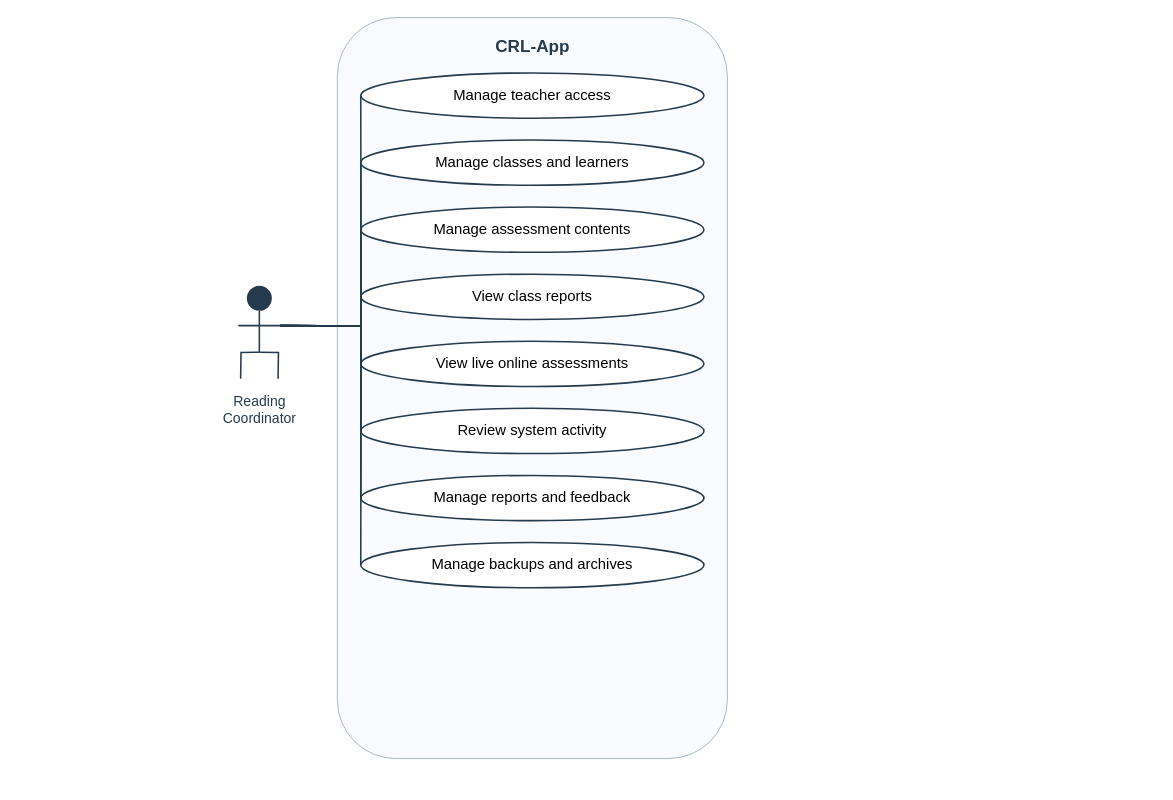
Above: docs/diagrams/class-workspaces/figure-07-admin-use-cases.drawio in AkuSayangKamuJudaSayang/crl-app (draw.io), before the change. Source tidied: cells renumbered, new cells numbered last; positions are measured from the earlier drawing's top-left corner, leaving out a move shared by most shapes. Both pictures are drawn from the tidied source at 78%, with x=0, y=0 at pixel (25, 17).
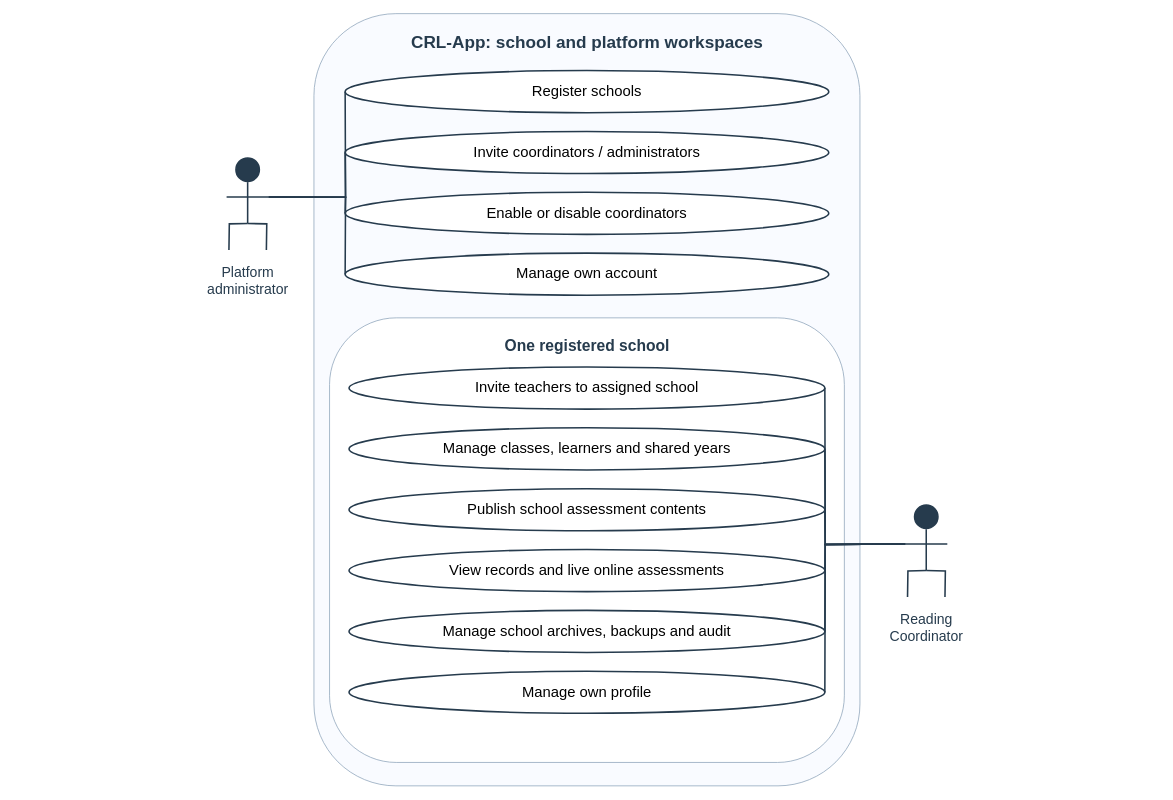
The same diagram, later.

The edit, as a diff of the source:
```diff
@@
     <mxCell id="2" style="rounded=1;fillColor=#f9fbff;strokeColor=#8fa5bb;" parent="1" vertex="1">
-      <mxGeometry x="400" width="500" height="950" as="geometry" />
+      <mxGeometry x="370" y="-5" width="700" height="990" as="geometry" />
     </mxCell>
-    <mxCell id="3" value="CRL-App" style="text;html=1;align=center;verticalAlign=top;fontSize=22;fontColor=#263b4d;fontStyle=1;strokeColor=none;fillColor=none;" parent="1" vertex="1">
-      <mxGeometry x="350" y="18" width="600" height="26.4" as="geometry" />
+    <mxCell id="3" value="CRL-App: school and platform workspaces" style="text;html=1;align=center;verticalAlign=top;fontSize=22;fontColor=#263b4d;fontStyle=1;strokeColor=none;fillColor=none;" parent="1" vertex="1">
+      <mxGeometry x="420" y="13" width="600" height="26.4" as="geometry" />
     </mxCell>
-    <mxCell id="4" value="Manage teacher access" style="rounded=1;whiteSpace=wrap;html=1;fillColor=#ffffff;strokeColor=#263b4d;strokeWidth=2;fontSize=19;shape=ellipse;" parent="1" vertex="1">
-      <mxGeometry x="430" y="71" width="440" height="58" as="geometry" />
-    </mxCell>
-    <mxCell id="5" value="Manage classes and learners" style="rounded=1;whiteSpace=wrap;html=1;fillColor=#ffffff;strokeColor=#263b4d;strokeWidth=2;fontSize=19;shape=ellipse;" parent="1" vertex="1">
-      <mxGeometry x="430" y="157" width="440" height="58" as="geometry" />
-    </mxCell>
-    <mxCell id="6" value="Manage assessment contents" style="rounded=1;whiteSpace=wrap;html=1;fillColor=#ffffff;strokeColor=#263b4d;strokeWidth=2;fontSize=19;shape=ellipse;" parent="1" vertex="1">
-      <mxGeometry x="430" y="243" width="440" height="58" as="geometry" />
-    </mxCell>
-    <mxCell id="7" value="View class reports" style="rounded=1;whiteSpace=wrap;html=1;fillColor=#ffffff;strokeColor=#263b4d;strokeWidth=2;fontSize=19;shape=ellipse;" parent="1" vertex="1">
-      <mxGeometry x="430" y="329" width="440" height="58" as="geometry" />
-    </mxCell>
-    <mxCell id="8" value="View live online assessments" style="rounded=1;whiteSpace=wrap;html=1;fillColor=#ffffff;strokeColor=#263b4d;strokeWidth=2;fontSize=19;shape=ellipse;" parent="1" vertex="1">
-      <mxGeometry x="430" y="415" width="440" height="58" as="geometry" />
-    </mxCell>
-    <mxCell id="9" value="Review system activity" style="rounded=1;whiteSpace=wrap;html=1;fillColor=#ffffff;strokeColor=#263b4d;strokeWidth=2;fontSize=19;shape=ellipse;" parent="1" vertex="1">
-      <mxGeometry x="430" y="501" width="440" height="58" as="geometry" />
-    </mxCell>
-    <mxCell id="10" value="Manage reports and feedback" style="rounded=1;whiteSpace=wrap;html=1;fillColor=#ffffff;strokeColor=#263b4d;strokeWidth=2;fontSize=19;shape=ellipse;" parent="1" vertex="1">
-      <mxGeometry x="430" y="587" width="440" height="58" as="geometry" />
-    </mxCell>
-    <mxCell id="11" value="Manage backups and archives" style="rounded=1;whiteSpace=wrap;html=1;fillColor=#ffffff;strokeColor=#263b4d;strokeWidth=2;fontSize=19;shape=ellipse;" parent="1" vertex="1">
-      <mxGeometry x="430" y="673" width="440" height="58" as="geometry" />
-    </mxCell>
-    <mxCell id="12" style="rounded=1;whiteSpace=wrap;html=1;fillColor=#ffffff;strokeColor=#263b4d;strokeWidth=2;fontSize=19;shape=ellipse;fillColor=#263b4d;" parent="1" vertex="1">
-      <mxGeometry x="285" y="345" width="30" height="30" as="geometry" />
-    </mxCell>
+    <mxCell id="26" style="rounded=1;whiteSpace=wrap;html=1;fillColor=#ffffff;strokeColor=#263b4d;strokeWidth=2;fontSize=19;shape=ellipse;fillColor=#263b4d;" parent="1" vertex="1">
+      <mxGeometry x="270" y="180" width="30" height="30" as="geometry" />
+    </mxCell>
+    <mxCell id="27" value="Platform&lt;br&gt;administrator" style="text;html=1;align=center;verticalAlign=top;fontSize=18;fontColor=#263b4d;fontStyle=0;strokeColor=none;fillColor=none;" parent="1" vertex="1">
+      <mxGeometry x="-15" y="310" width="600" height="43.2" as="geometry" />
+    </mxCell>
+    <mxCell id="28" value="Register schools" style="rounded=1;whiteSpace=wrap;html=1;fillColor=#ffffff;strokeColor=#263b4d;strokeWidth=2;fontSize=19;shape=ellipse;" parent="1" vertex="1">
+      <mxGeometry x="410" y="68" width="620" height="54" as="geometry" />
+    </mxCell>
+    <mxCell id="29" value="Invite coordinators / administrators" style="rounded=1;whiteSpace=wrap;html=1;fillColor=#ffffff;strokeColor=#263b4d;strokeWidth=2;fontSize=19;shape=ellipse;" parent="1" vertex="1">
+      <mxGeometry x="410" y="146" width="620" height="54" as="geometry" />
+    </mxCell>
+    <mxCell id="30" value="Enable or disable coordinators" style="rounded=1;whiteSpace=wrap;html=1;fillColor=#ffffff;strokeColor=#263b4d;strokeWidth=2;fontSize=19;shape=ellipse;" parent="1" vertex="1">
+      <mxGeometry x="410" y="224" width="620" height="54" as="geometry" />
+    </mxCell>
+    <mxCell id="31" value="Manage own account" style="rounded=1;whiteSpace=wrap;html=1;fillColor=#ffffff;strokeColor=#263b4d;strokeWidth=2;fontSize=19;shape=ellipse;" parent="1" vertex="1">
+      <mxGeometry x="410" y="302" width="620" height="54" as="geometry" />
+    </mxCell>
+    <mxCell id="32" style="rounded=1;fillColor=#ffffff;strokeColor=#8fa5bb;" parent="1" vertex="1">
+      <mxGeometry x="390" y="385" width="660" height="570" as="geometry" />
+    </mxCell>
+    <mxCell id="33" value="One registered school" style="text;html=1;align=center;verticalAlign=top;fontSize=20;fontColor=#263b4d;fontStyle=1;strokeColor=none;fillColor=none;" parent="1" vertex="1">
+      <mxGeometry x="420" y="402" width="600" height="24" as="geometry" />
+    </mxCell>
+    <mxCell id="34" style="rounded=1;whiteSpace=wrap;html=1;fillColor=#ffffff;strokeColor=#263b4d;strokeWidth=2;fontSize=19;shape=ellipse;fillColor=#263b4d;" parent="1" vertex="1">
+      <mxGeometry x="1140" y="625" width="30" height="30" as="geometry" />
+    </mxCell>
     <mxCell id="13" value="Reading&lt;br&gt;Coordinator" style="text;html=1;align=center;verticalAlign=top;fontSize=18;fontColor=#263b4d;fontStyle=0;strokeColor=none;fillColor=none;" parent="1" vertex="1">
-      <mxGeometry y="475" width="600" height="43.2" as="geometry" />
+      <mxGeometry x="855" y="755" width="600" height="43.2" as="geometry" />
     </mxCell>
+    <mxCell id="35" value="Invite teachers to assigned school" style="rounded=1;whiteSpace=wrap;html=1;fillColor=#ffffff;strokeColor=#263b4d;strokeWidth=2;fontSize=19;shape=ellipse;" parent="1" vertex="1">
+      <mxGeometry x="415" y="448" width="610" height="54" as="geometry" />
+    </mxCell>
+    <mxCell id="36" value="Manage classes, learners and shared years" style="rounded=1;whiteSpace=wrap;html=1;fillColor=#ffffff;strokeColor=#263b4d;strokeWidth=2;fontSize=19;shape=ellipse;" parent="1" vertex="1">
+      <mxGeometry x="415" y="526" width="610" height="54" as="geometry" />
+    </mxCell>
+    <mxCell id="37" value="Publish school assessment contents" style="rounded=1;whiteSpace=wrap;html=1;fillColor=#ffffff;strokeColor=#263b4d;strokeWidth=2;fontSize=19;shape=ellipse;" parent="1" vertex="1">
+      <mxGeometry x="415" y="604" width="610" height="54" as="geometry" />
+    </mxCell>
+    <mxCell id="38" value="View records and live online assessments" style="rounded=1;whiteSpace=wrap;html=1;fillColor=#ffffff;strokeColor=#263b4d;strokeWidth=2;fontSize=19;shape=ellipse;" parent="1" vertex="1">
+      <mxGeometry x="415" y="682" width="610" height="54" as="geometry" />
+    </mxCell>
+    <mxCell id="39" value="Manage school archives, backups and audit" style="rounded=1;whiteSpace=wrap;html=1;fillColor=#ffffff;strokeColor=#263b4d;strokeWidth=2;fontSize=19;shape=ellipse;" parent="1" vertex="1">
+      <mxGeometry x="415" y="760" width="610" height="54" as="geometry" />
+    </mxCell>
+    <mxCell id="40" value="Manage own profile" style="rounded=1;whiteSpace=wrap;html=1;fillColor=#ffffff;strokeColor=#263b4d;strokeWidth=2;fontSize=19;shape=ellipse;" parent="1" vertex="1">
+      <mxGeometry x="415" y="838" width="610" height="54" as="geometry" />
+    </mxCell>
     <mxCell id="14" style="edgeStyle=orthogonalEdgeStyle;rounded=0;html=1;endArrow=none;strokeColor=#263b4d;strokeWidth=2;exitX=0.5;exitY=0.5;entryX=0.5;entryY=0.5;fontSize=18;labelBackgroundColor=#ffffff;" parent="1" edge="1">
       <mxGeometry relative="1" as="geometry">
-        <mxPoint x="300" y="376" as="sourcePoint" />
-        <mxPoint x="300" y="429" as="targetPoint" />
+        <mxPoint x="285" y="211" as="sourcePoint" />
+        <mxPoint x="285" y="264" as="targetPoint" />
       </mxGeometry>
     </mxCell>
     <mxCell id="15" style="edgeStyle=orthogonalEdgeStyle;rounded=0;html=1;endArrow=none;strokeColor=#263b4d;strokeWidth=2;exitX=0.5;exitY=0.5;entryX=0.5;entryY=0.5;fontSize=18;labelBackgroundColor=#ffffff;" parent="1" edge="1">
       <mxGeometry relative="1" as="geometry">
-        <mxPoint x="273" y="395" as="sourcePoint" />
-        <mxPoint x="327" y="395" as="targetPoint" />
+        <mxPoint x="258" y="230" as="sourcePoint" />
+        <mxPoint x="312" y="230" as="targetPoint" />
       </mxGeometry>
     </mxCell>
     <mxCell id="16" style="edgeStyle=orthogonalEdgeStyle;rounded=0;html=1;endArrow=none;strokeColor=#263b4d;strokeWidth=2;exitX=0.5;exitY=0.5;entryX=0.5;entryY=0.5;fontSize=18;labelBackgroundColor=#ffffff;" parent="1" edge="1">
       <mxGeometry relative="1" as="geometry">
-        <mxPoint x="300" y="429" as="sourcePoint" />
-        <mxPoint x="276" y="463" as="targetPoint" />
+        <mxPoint x="285" y="264" as="sourcePoint" />
+        <mxPoint x="261" y="298" as="targetPoint" />
       </mxGeometry>
     </mxCell>
     <mxCell id="17" style="edgeStyle=orthogonalEdgeStyle;rounded=0;html=1;endArrow=none;strokeColor=#263b4d;strokeWidth=2;exitX=0.5;exitY=0.5;entryX=0.5;entryY=0.5;fontSize=18;labelBackgroundColor=#ffffff;" parent="1" edge="1">
       <mxGeometry relative="1" as="geometry">
-        <mxPoint x="300" y="429" as="sourcePoint" />
-        <mxPoint x="324" y="463" as="targetPoint" />
+        <mxPoint x="285" y="264" as="sourcePoint" />
+        <mxPoint x="309" y="298" as="targetPoint" />
       </mxGeometry>
     </mxCell>
     <mxCell id="18" style="edgeStyle=orthogonalEdgeStyle;rounded=0;html=1;endArrow=none;strokeColor=#263b4d;strokeWidth=2;exitX=0.5;exitY=0.5;entryX=0.5;entryY=0.5;fontSize=18;labelBackgroundColor=#ffffff;" parent="1" edge="1">
       <mxGeometry relative="1" as="geometry">
-        <mxPoint x="327" y="395" as="sourcePoint" />
-        <mxPoint x="430" y="100" as="targetPoint" />
+        <mxPoint x="312" y="230" as="sourcePoint" />
+        <mxPoint x="410" y="95" as="targetPoint" />
       </mxGeometry>
     </mxCell>
     <mxCell id="19" style="edgeStyle=orthogonalEdgeStyle;rounded=0;html=1;endArrow=none;strokeColor=#263b4d;strokeWidth=2;exitX=0.5;exitY=0.5;entryX=0.5;entryY=0.5;fontSize=18;labelBackgroundColor=#ffffff;" parent="1" edge="1">
       <mxGeometry relative="1" as="geometry">
-        <mxPoint x="327" y="395" as="sourcePoint" />
-        <mxPoint x="430" y="186" as="targetPoint" />
+        <mxPoint x="312" y="230" as="sourcePoint" />
+        <mxPoint x="410" y="173" as="targetPoint" />
       </mxGeometry>
     </mxCell>
     <mxCell id="20" style="edgeStyle=orthogonalEdgeStyle;rounded=0;html=1;endArrow=none;strokeColor=#263b4d;strokeWidth=2;exitX=0.5;exitY=0.5;entryX=0.5;entryY=0.5;fontSize=18;labelBackgroundColor=#ffffff;" parent="1" edge="1">
       <mxGeometry relative="1" as="geometry">
-        <mxPoint x="327" y="395" as="sourcePoint" />
-        <mxPoint x="430" y="272" as="targetPoint" />
+        <mxPoint x="312" y="230" as="sourcePoint" />
+        <mxPoint x="410" y="251" as="targetPoint" />
       </mxGeometry>
     </mxCell>
     <mxCell id="21" style="edgeStyle=orthogonalEdgeStyle;rounded=0;html=1;endArrow=none;strokeColor=#263b4d;strokeWidth=2;exitX=0.5;exitY=0.5;entryX=0.5;entryY=0.5;fontSize=18;labelBackgroundColor=#ffffff;" parent="1" edge="1">
       <mxGeometry relative="1" as="geometry">
-        <mxPoint x="327" y="395" as="sourcePoint" />
-        <mxPoint x="430" y="358" as="targetPoint" />
+        <mxPoint x="312" y="230" as="sourcePoint" />
+        <mxPoint x="410" y="329" as="targetPoint" />
       </mxGeometry>
     </mxCell>
     <mxCell id="22" style="edgeStyle=orthogonalEdgeStyle;rounded=0;html=1;endArrow=none;strokeColor=#263b4d;strokeWidth=2;exitX=0.5;exitY=0.5;entryX=0.5;entryY=0.5;fontSize=18;labelBackgroundColor=#ffffff;" parent="1" edge="1">
       <mxGeometry relative="1" as="geometry">
-        <mxPoint x="327" y="395" as="sourcePoint" />
-        <mxPoint x="430" y="444" as="targetPoint" />
+        <mxPoint x="1155" y="656" as="sourcePoint" />
+        <mxPoint x="1155" y="709" as="targetPoint" />
       </mxGeometry>
     </mxCell>
     <mxCell id="23" style="edgeStyle=orthogonalEdgeStyle;rounded=0;html=1;endArrow=none;strokeColor=#263b4d;strokeWidth=2;exitX=0.5;exitY=0.5;entryX=0.5;entryY=0.5;fontSize=18;labelBackgroundColor=#ffffff;" parent="1" edge="1">
       <mxGeometry relative="1" as="geometry">
-        <mxPoint x="327" y="395" as="sourcePoint" />
-        <mxPoint x="430" y="530" as="targetPoint" />
+        <mxPoint x="1128" y="675" as="sourcePoint" />
+        <mxPoint x="1182" y="675" as="targetPoint" />
       </mxGeometry>
     </mxCell>
     <mxCell id="24" style="edgeStyle=orthogonalEdgeStyle;rounded=0;html=1;endArrow=none;strokeColor=#263b4d;strokeWidth=2;exitX=0.5;exitY=0.5;entryX=0.5;entryY=0.5;fontSize=18;labelBackgroundColor=#ffffff;" parent="1" edge="1">
       <mxGeometry relative="1" as="geometry">
-        <mxPoint x="327" y="395" as="sourcePoint" />
-        <mxPoint x="430" y="616" as="targetPoint" />
+        <mxPoint x="1155" y="709" as="sourcePoint" />
+        <mxPoint x="1131" y="743" as="targetPoint" />
       </mxGeometry>
     </mxCell>
     <mxCell id="25" style="edgeStyle=orthogonalEdgeStyle;rounded=0;html=1;endArrow=none;strokeColor=#263b4d;strokeWidth=2;exitX=0.5;exitY=0.5;entryX=0.5;entryY=0.5;fontSize=18;labelBackgroundColor=#ffffff;" parent="1" edge="1">
       <mxGeometry relative="1" as="geometry">
-        <mxPoint x="327" y="395" as="sourcePoint" />
-        <mxPoint x="430" y="702" as="targetPoint" />
+        <mxPoint x="1155" y="709" as="sourcePoint" />
+        <mxPoint x="1179" y="743" as="targetPoint" />
       </mxGeometry>
     </mxCell>
+    <mxCell id="41" style="edgeStyle=orthogonalEdgeStyle;rounded=0;html=1;endArrow=none;strokeColor=#263b4d;strokeWidth=2;exitX=0.5;exitY=0.5;entryX=0.5;entryY=0.5;fontSize=18;labelBackgroundColor=#ffffff;" parent="1" edge="1">
+      <mxGeometry relative="1" as="geometry">
+        <mxPoint x="1128" y="675" as="sourcePoint" />
+        <mxPoint x="1025" y="475" as="targetPoint" />
+      </mxGeometry>
+    </mxCell>
+    <mxCell id="42" style="edgeStyle=orthogonalEdgeStyle;rounded=0;html=1;endArrow=none;strokeColor=#263b4d;strokeWidth=2;exitX=0.5;exitY=0.5;entryX=0.5;entryY=0.5;fontSize=18;labelBackgroundColor=#ffffff;" parent="1" edge="1">
+      <mxGeometry relative="1" as="geometry">
+        <mxPoint x="1128" y="675" as="sourcePoint" />
+        <mxPoint x="1025" y="553" as="targetPoint" />
+      </mxGeometry>
+    </mxCell>
+    <mxCell id="43" style="edgeStyle=orthogonalEdgeStyle;rounded=0;html=1;endArrow=none;strokeColor=#263b4d;strokeWidth=2;exitX=0.5;exitY=0.5;entryX=0.5;entryY=0.5;fontSize=18;labelBackgroundColor=#ffffff;" parent="1" edge="1">
+      <mxGeometry relative="1" as="geometry">
+        <mxPoint x="1128" y="675" as="sourcePoint" />
+        <mxPoint x="1025" y="631" as="targetPoint" />
+      </mxGeometry>
+    </mxCell>
+    <mxCell id="44" style="edgeStyle=orthogonalEdgeStyle;rounded=0;html=1;endArrow=none;strokeColor=#263b4d;strokeWidth=2;exitX=0.5;exitY=0.5;entryX=0.5;entryY=0.5;fontSize=18;labelBackgroundColor=#ffffff;" parent="1" edge="1">
+      <mxGeometry relative="1" as="geometry">
+        <mxPoint x="1128" y="675" as="sourcePoint" />
+        <mxPoint x="1025" y="709" as="targetPoint" />
+      </mxGeometry>
+    </mxCell>
+    <mxCell id="45" style="edgeStyle=orthogonalEdgeStyle;rounded=0;html=1;endArrow=none;strokeColor=#263b4d;strokeWidth=2;exitX=0.5;exitY=0.5;entryX=0.5;entryY=0.5;fontSize=18;labelBackgroundColor=#ffffff;" parent="1" edge="1">
+      <mxGeometry relative="1" as="geometry">
+        <mxPoint x="1128" y="675" as="sourcePoint" />
+        <mxPoint x="1025" y="787" as="targetPoint" />
+      </mxGeometry>
+    </mxCell>
+    <mxCell id="46" style="edgeStyle=orthogonalEdgeStyle;rounded=0;html=1;endArrow=none;strokeColor=#263b4d;strokeWidth=2;exitX=0.5;exitY=0.5;entryX=0.5;entryY=0.5;fontSize=18;labelBackgroundColor=#ffffff;" parent="1" edge="1">
+      <mxGeometry relative="1" as="geometry">
+        <mxPoint x="1128" y="675" as="sourcePoint" />
+        <mxPoint x="1025" y="865" as="targetPoint" />
+      </mxGeometry>
+    </mxCell>
```
